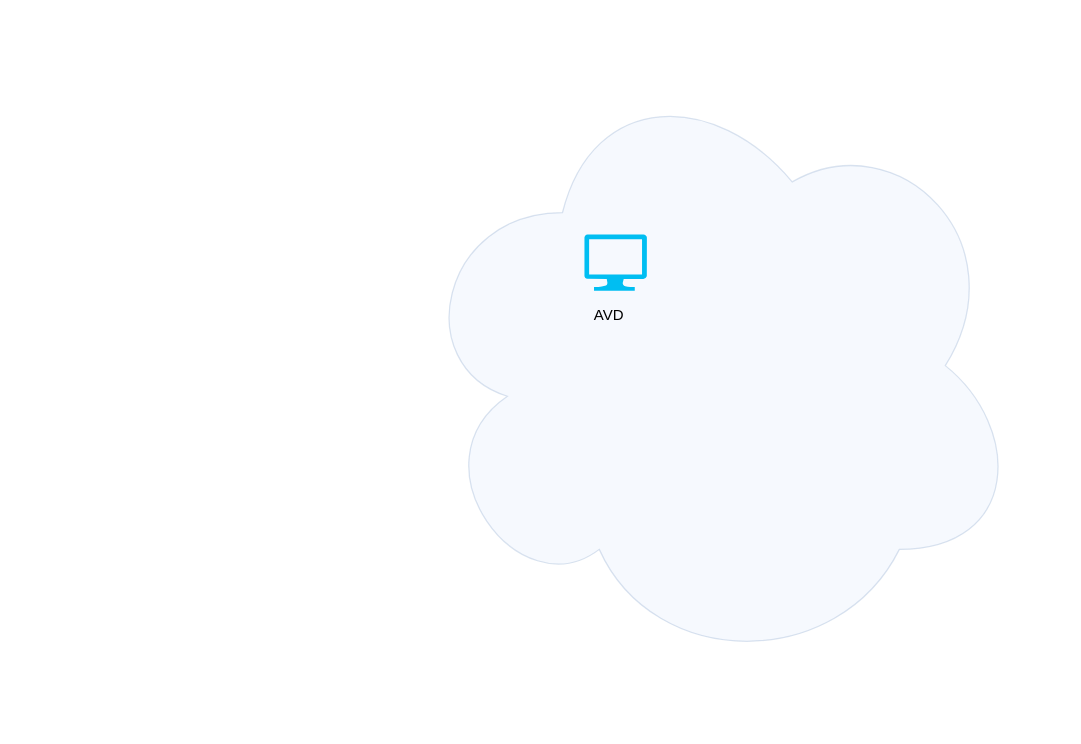
Before: Untitled Diagram.drawio in patdemers/diagrams, a draw.io diagram. Source tidied: cells renumbered, new cells numbered last; positions are measured from the earlier drawing's top-left corner, leaving out a move shared by most shapes. Both pictures are drawn from the tidied source at 125%, with x=0, y=0 at pixel (409, 59).
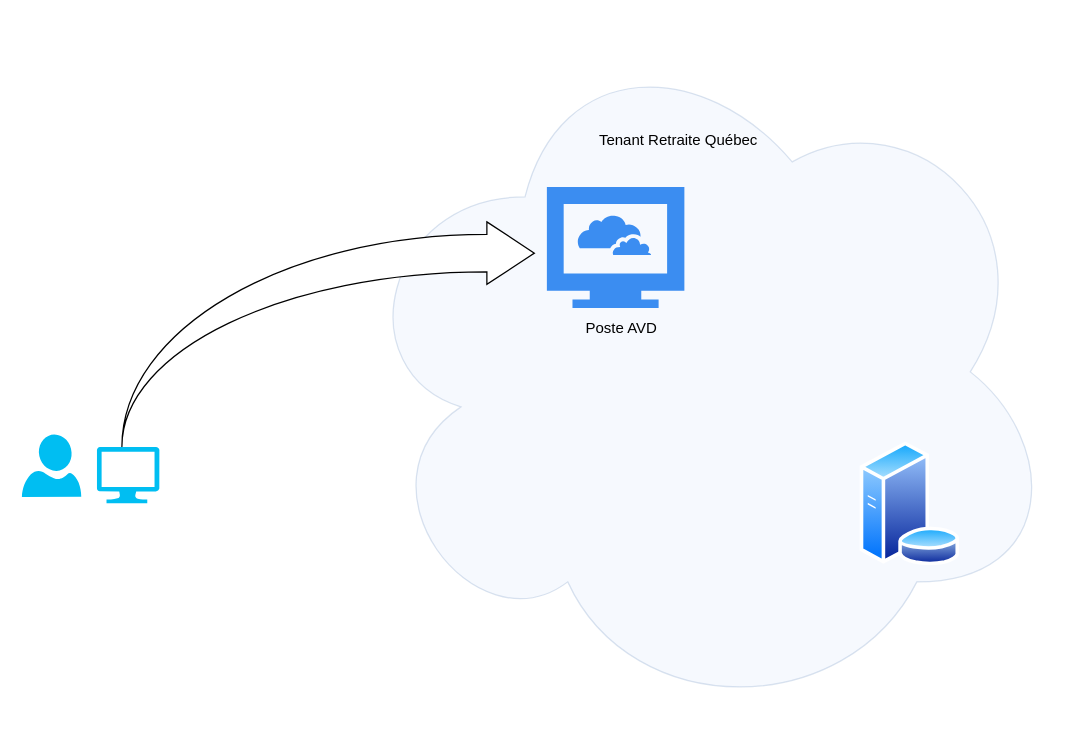
After the change.

Change to the diagram source:
```diff
@@
 <mxGraphModel>
   <root>
     <mxCell id="0" />
     <mxCell id="1" parent="0" />
     <mxCell id="2" style="ellipse;shape=cloud;whiteSpace=wrap;html=1;fillColor=#dae8fc;strokeColor=#6c8ebf;opacity=25;" parent="1" vertex="1">
-      <mxGeometry width="490" height="490" as="geometry" />
+      <mxGeometry x="-50" y="-30" width="570" height="560" as="geometry" />
     </mxCell>
-    <mxCell id="3" style="verticalLabelPosition=bottom;html=1;verticalAlign=top;align=center;strokeColor=none;fillColor=#00BEF2;shape=mxgraph.azure.computer;" parent="1" vertex="1">
-      <mxGeometry x="140" y="140" width="50" height="45" as="geometry" />
+    <mxCell id="3" style="verticalLabelPosition=bottom;html=1;verticalAlign=top;align=center;strokeColor=none;fillColor=#00BEF2;shape=mxgraph.azure.computer;direction=east;" parent="1" vertex="1">
+      <mxGeometry x="-250" y="310" width="50" height="45" as="geometry" />
     </mxCell>
-    <mxCell id="4" value="AVD" style="text;html=1;align=center;verticalAlign=middle;whiteSpace=wrap;rounded=0;" parent="1" vertex="1">
-      <mxGeometry x="130" y="190" width="60" height="30" as="geometry" />
+    <mxCell id="4" value="&lt;div&gt;Poste AVD&lt;/div&gt;" style="text;html=1;align=center;verticalAlign=middle;whiteSpace=wrap;rounded=0;" parent="1" vertex="1">
+      <mxGeometry x="140" y="200" width="60" height="30" as="geometry" />
     </mxCell>
+    <mxCell id="5" style="sketch=0;html=1;strokeColor=none;shadow=0;fillColor=#3B8DF1;verticalAlign=top;labelPosition=center;verticalLabelPosition=bottom;shape=mxgraph.gcp2.cloud_computer;" parent="1" vertex="1">
+      <mxGeometry x="110" y="102" width="110" height="96.8" as="geometry" />
+    </mxCell>
+    <mxCell id="6" style="html=1;shadow=0;dashed=0;align=center;verticalAlign=middle;shape=mxgraph.arrows2.jumpInArrow;dy=15;dx=38;arrowHead=50;" parent="1" vertex="1">
+      <mxGeometry x="-230" y="130" width="330" height="180" as="geometry" />
+    </mxCell>
+    <mxCell id="7" style="image;perimeter=ellipsePerimeter;html=1;align=center;shadow=0;dashed=0;spacingTop=3;image=img/lib/active_directory/database_server.svg;" parent="1" vertex="1">
+      <mxGeometry x="360" y="306.2" width="81" height="98.8" as="geometry" />
+    </mxCell>
+    <mxCell id="8" style="verticalLabelPosition=bottom;html=1;verticalAlign=top;align=center;strokeColor=none;fillColor=#00BEF2;shape=mxgraph.azure.user;" parent="1" vertex="1">
+      <mxGeometry x="-310" y="300" width="47.5" height="50" as="geometry" />
+    </mxCell>
+    <mxCell id="9" value="Tenant Retraite Québec" style="text;html=1;align=center;verticalAlign=middle;strokeColor=none;fillColor=none;" parent="1" vertex="1">
+      <mxGeometry x="140" y="50" width="150" height="30" as="geometry" />
+    </mxCell>
   </root>
 </mxGraphModel>
```
